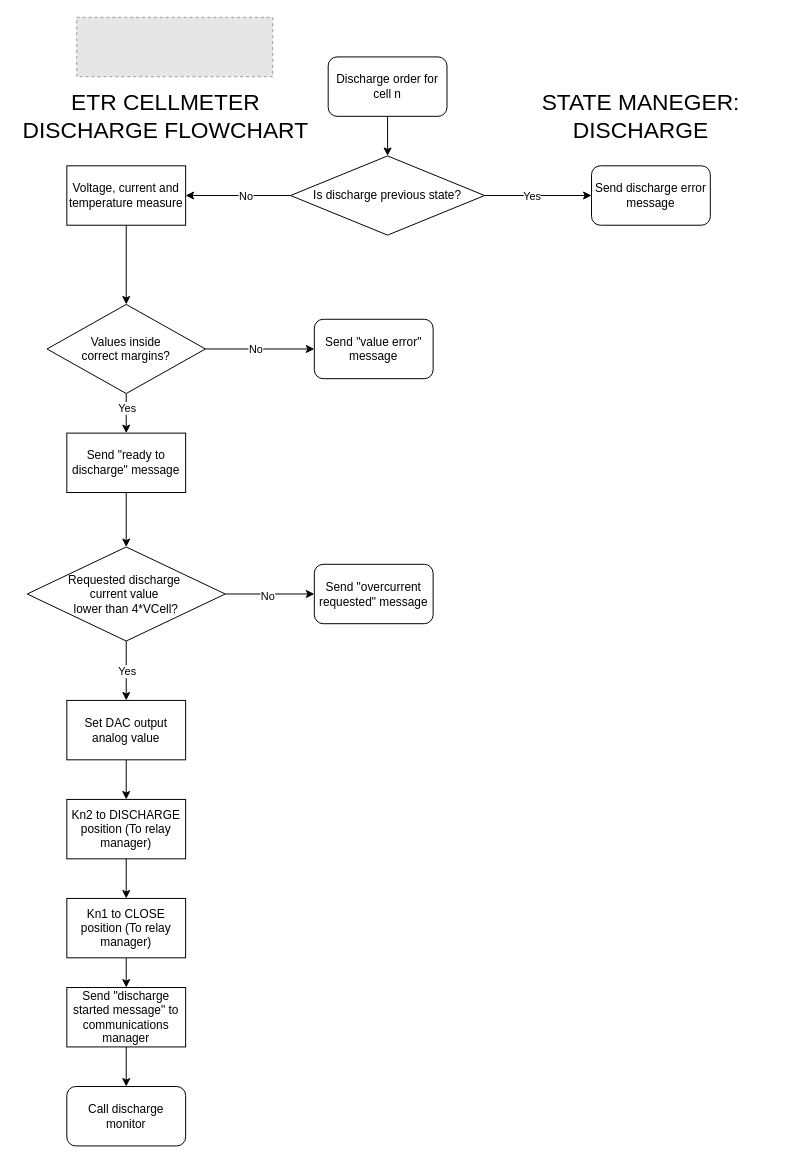
This is page "Discharge" (3 of 3) of SW/1_Design Documents/State_manager_flowchart.drawio from eTechRacing/CAPACIMETER, a draw.io file, before an edit. Source tidied: cells renumbered, new cells numbered last; positions are measured from the earlier drawing's top-left corner, leaving out a move shared by most shapes. Both pictures are drawn from the tidied source at 99%, with x=0, y=0 at pixel (17, 17). Pictures stored in the file or linked from it are replaced by grey dashed boxes.
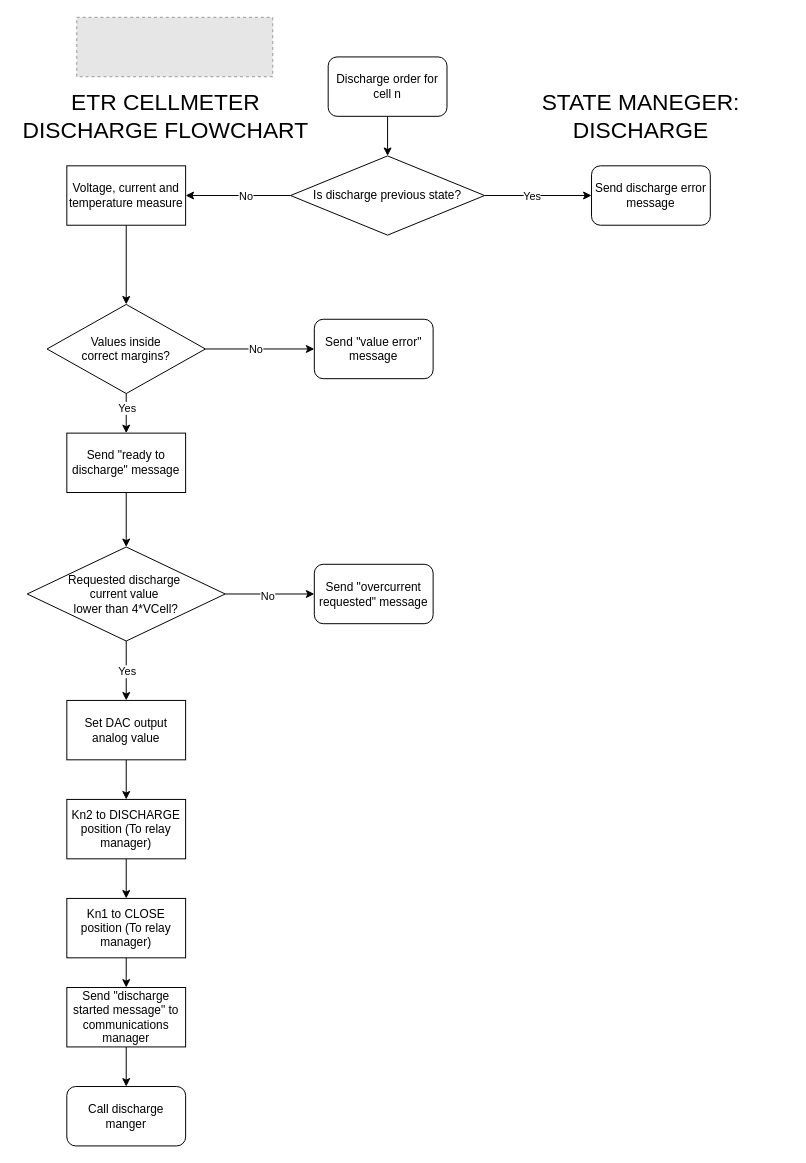
The same page after the edit.

What changed in the source:
```diff
@@
-    <mxCell id="35" value="Call discharge monitor" style="rounded=1;whiteSpace=wrap;html=1;" parent="1" vertex="1">
+    <mxCell id="35" value="Call discharge manger" style="rounded=1;whiteSpace=wrap;html=1;" parent="1" vertex="1">
       <mxGeometry x="50" y="1080" width="120" height="60" as="geometry" />
     </mxCell>
```
